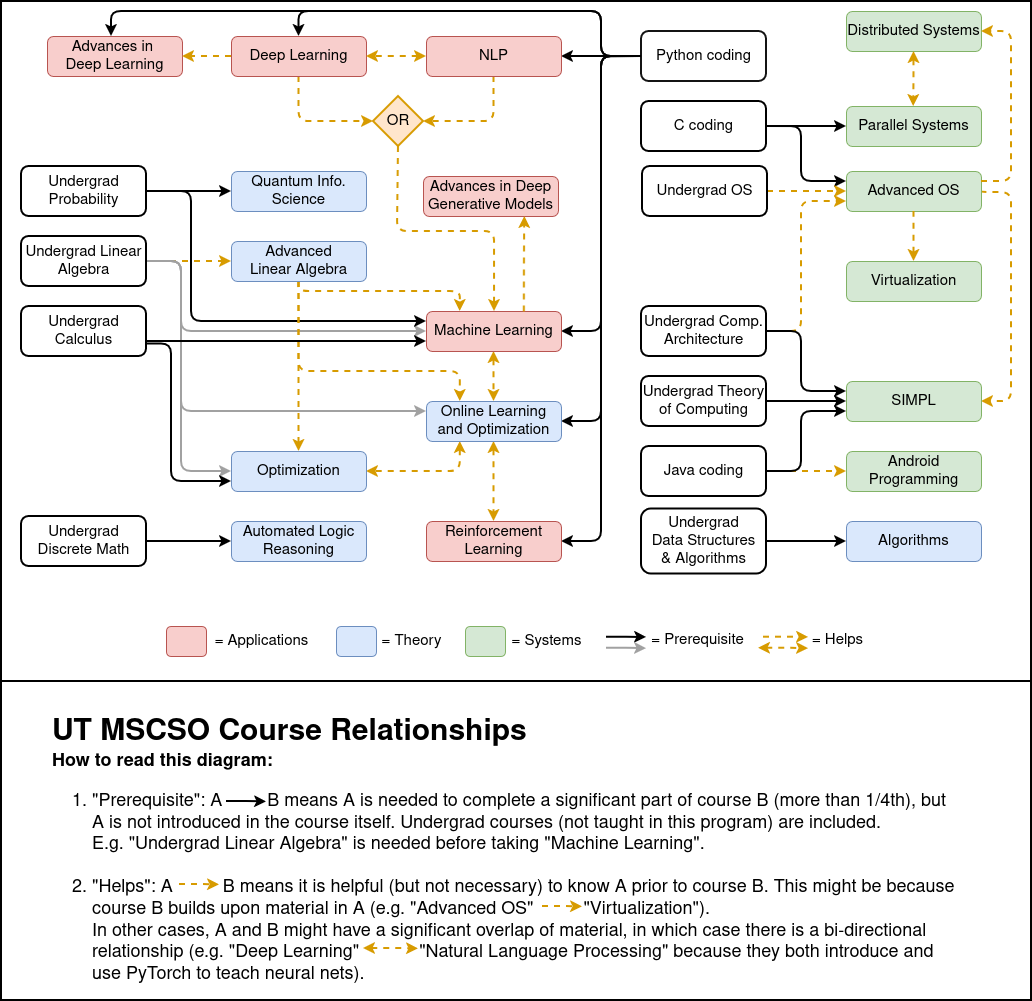
andmikey/MSCSHub keeps this draw.io diagram as src/assets/images/course-map/UT MSCSO Course Relations.png. Above is the earlier version. Source tidied: cells renumbered, new cells last; positions are measured from the earlier drawing's top-left corner, leaving out a move shared by most shapes.
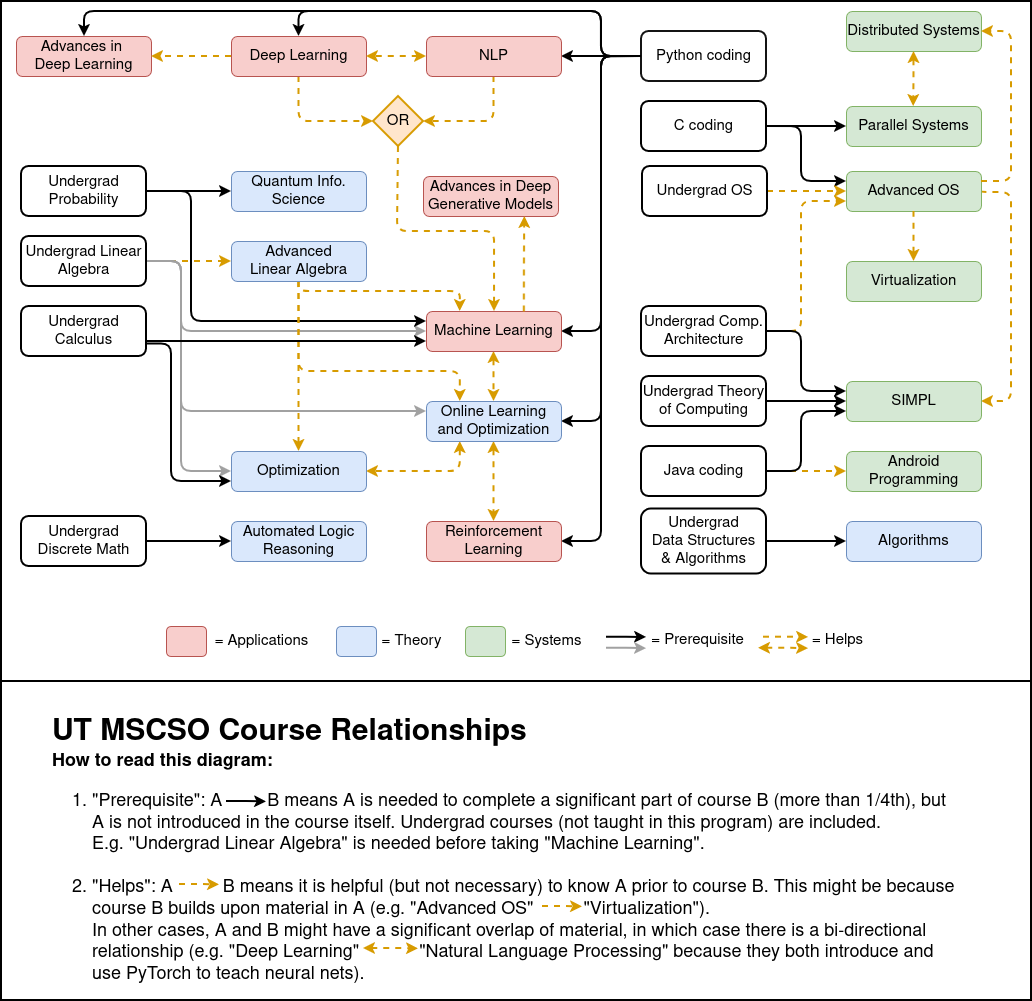
Later version of the same file.

Commit message:
Align the ADL box with undergrad boxes

What changed in the source:
```diff
@@ -385,7 +385,7 @@
       </mxGeometry>
     </mxCell>
     <mxCell id="82" value="&lt;div&gt;&lt;font style=&quot;font-size: 15px&quot;&gt;Advances in&amp;nbsp;&lt;/font&gt;&lt;/div&gt;&lt;div&gt;&lt;font style=&quot;font-size: 15px&quot;&gt;Deep Learning&lt;/font&gt;&lt;/div&gt;" style="rounded=1;whiteSpace=wrap;html=1;fillColor=#f8cecc;strokeColor=#b85450;strokeWidth=1;" parent="1" vertex="1">
-      <mxGeometry x="46" y="35" width="135" height="40" as="geometry" />
+      <mxGeometry x="15" y="35" width="135" height="40" as="geometry" />
     </mxCell>
     <mxCell id="83" style="edgeStyle=orthogonalEdgeStyle;rounded=0;jettySize=auto;html=1;exitX=0;exitY=0.5;exitDx=0;exitDy=0;fontSize=15;strokeWidth=2;fillColor=#ffe6cc;strokeColor=#d79b00;dashed=1;entryX=1;entryY=0.5;entryDx=0;entryDy=0;" parent="1" edge="1" source="29" target="82">
       <mxGeometry relative="1" as="geometry">
@@ -428,13 +428,13 @@
         <mxPoint x="912.2" y="105" as="targetPoint" />
       </mxGeometry>
     </mxCell>
-    <mxCell id="90" style="edgeStyle=orthogonalEdgeStyle;rounded=1;jettySize=auto;html=1;entryX=0.5;entryY=0;entryDx=0;entryDy=0;fontSize=15;startArrow=none;startFill=0;strokeColor=#000000;strokeWidth=2;elbow=vertical;exitX=0;exitY=0.5;exitDx=0;exitDy=0;" parent="1" edge="1" source="15">
+    <mxCell id="90" style="edgeStyle=orthogonalEdgeStyle;rounded=1;jettySize=auto;html=1;entryX=0.5;entryY=0;entryDx=0;entryDy=0;fontSize=15;startArrow=none;startFill=0;strokeColor=#000000;strokeWidth=2;elbow=vertical;exitX=0;exitY=0.5;exitDx=0;exitDy=0;" parent="1" edge="1" source="15" target="82">
       <mxGeometry relative="1" as="geometry">
-        <mxPoint x="110" y="35" as="targetPoint" />
         <Array as="points">
           <mxPoint x="600" y="55" />
           <mxPoint x="600" y="10" />
-          <mxPoint x="110" y="10" />
+          <mxPoint x="83" y="10" />
+          <mxPoint x="83" y="35" />
         </Array>
       </mxGeometry>
     </mxCell>
```
